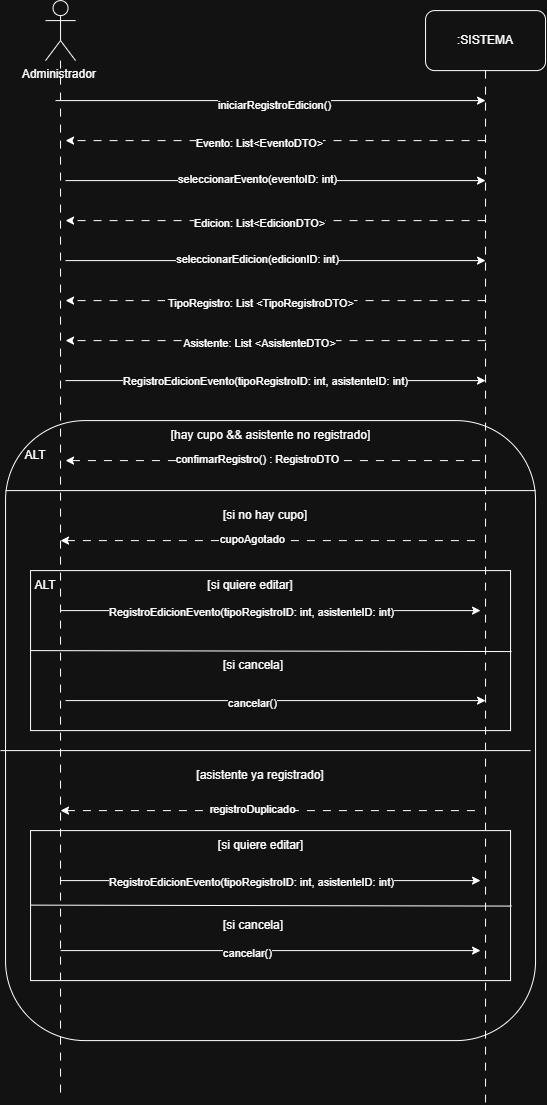
The draw.io diagram docs/dss/Diseño LAB1-Registro a Edición de Evento.drawio.png in Joaquin571/eventos-uy, before a commit. Source tidied: cells renumbered, new cells last; positions are measured from the earlier drawing's top-left corner, leaving out a move shared by most shapes.
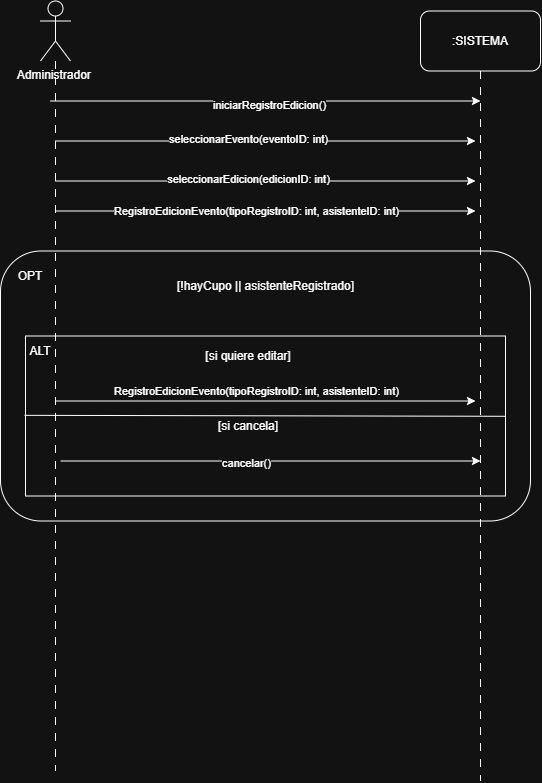
After the change.

Commit message:
Modificación de DSS, se quitan retornos del sistema

The edit, as a diff of the source:
```diff
@@ -3,7 +3,7 @@
     <mxCell id="0" />
     <mxCell id="1" parent="0" />
     <mxCell id="2" style="rounded=1;whiteSpace=wrap;html=1;" parent="1" vertex="1">
-      <mxGeometry x="5" y="420" width="530" height="620" as="geometry" />
+      <mxGeometry x="5" y="250" width="530" height="270" as="geometry" />
     </mxCell>
     <mxCell id="3" value="Administrador&amp;nbsp;&lt;div&gt;&lt;br&gt;&lt;/div&gt;" style="shape=umlActor;verticalLabelPosition=bottom;verticalAlign=top;html=1;outlineConnect=0;" parent="1" vertex="1">
       <mxGeometry x="45" width="30" height="60" as="geometry" />
@@ -20,55 +20,28 @@
     <mxCell id="6" value="iniciarRegistroEdicion()" style="edgeLabel;html=1;align=center;verticalAlign=middle;" parent="5" vertex="1">
       <mxGeometry x="0.02" y="-4" relative="1" as="geometry" />
     </mxCell>
-    <mxCell id="7" style="endArrow=classic;html=1;rounded=0;dashed=1;dashPattern=8 8;" parent="1" edge="1">
-      <mxGeometry relative="1" as="geometry">
-        <mxPoint x="485" y="140" as="sourcePoint" />
-        <mxPoint x="65" y="140" as="targetPoint" />
-      </mxGeometry>
-    </mxCell>
-    <mxCell id="8" value="Evento: List&amp;lt;EventoDTO&amp;gt;" style="edgeLabel;html=1;align=center;verticalAlign=middle;" parent="7" vertex="1">
-      <mxGeometry x="0.08" y="2" relative="1" as="geometry" />
-    </mxCell>
     <mxCell id="9" style="endArrow=classic;html=1;rounded=0;" parent="1" edge="1">
       <mxGeometry relative="1" as="geometry">
-        <mxPoint x="65" y="180" as="sourcePoint" />
-        <mxPoint x="485" y="180" as="targetPoint" />
+        <mxPoint x="60" y="140" as="sourcePoint" />
+        <mxPoint x="480" y="140" as="targetPoint" />
       </mxGeometry>
     </mxCell>
     <mxCell id="10" value="seleccionarEvento(eventoID: int)" style="edgeLabel;html=1;align=center;verticalAlign=middle;" parent="9" vertex="1">
       <mxGeometry x="-0.09" y="2" relative="1" as="geometry" />
     </mxCell>
-    <mxCell id="11" style="endArrow=classic;html=1;rounded=0;dashed=1;dashPattern=8 8;" parent="1" edge="1">
-      <mxGeometry relative="1" as="geometry">
-        <mxPoint x="485" y="220" as="sourcePoint" />
-        <mxPoint x="65" y="220" as="targetPoint" />
-      </mxGeometry>
-    </mxCell>
-    <mxCell id="12" value="Edicion: List&amp;lt;EdicionDTO&amp;gt;" style="edgeLabel;html=1;align=center;verticalAlign=middle;" parent="11" vertex="1">
-      <mxGeometry x="0.08" y="2" relative="1" as="geometry" />
-    </mxCell>
     <mxCell id="13" style="endArrow=classic;html=1;rounded=0;" parent="1" edge="1">
       <mxGeometry relative="1" as="geometry">
-        <mxPoint x="65" y="260" as="sourcePoint" />
-        <mxPoint x="485" y="260" as="targetPoint" />
+        <mxPoint x="60" y="180" as="sourcePoint" />
+        <mxPoint x="480" y="180" as="targetPoint" />
       </mxGeometry>
     </mxCell>
     <mxCell id="14" value="seleccionarEdicion(edicionID: int)" style="edgeLabel;html=1;align=center;verticalAlign=middle;" parent="13" vertex="1">
       <mxGeometry x="-0.09" y="2" relative="1" as="geometry" />
     </mxCell>
-    <mxCell id="15" style="endArrow=classic;html=1;rounded=0;dashed=1;dashPattern=8 8;" parent="1" edge="1">
-      <mxGeometry relative="1" as="geometry">
-        <mxPoint x="485" y="300" as="sourcePoint" />
-        <mxPoint x="65" y="300" as="targetPoint" />
-      </mxGeometry>
-    </mxCell>
-    <mxCell id="16" value="&amp;nbsp;TipoRegistro: List &amp;lt;TipoRegistroDTO&amp;gt;" style="edgeLabel;html=1;align=center;verticalAlign=middle;" parent="15" vertex="1">
-      <mxGeometry x="0.08" y="2" relative="1" as="geometry" />
-    </mxCell>
     <mxCell id="17" style="endArrow=classic;html=1;rounded=0;" parent="1" edge="1">
       <mxGeometry relative="1" as="geometry">
-        <mxPoint x="65" y="380" as="sourcePoint" />
-        <mxPoint x="485" y="380" as="targetPoint" />
+        <mxPoint x="60" y="210" as="sourcePoint" />
+        <mxPoint x="480" y="210" as="targetPoint" />
       </mxGeometry>
     </mxCell>
     <mxCell id="18" value="RegistroEdicionEvento(tipoRegistroID: int, asistenteID: int)" style="edgeLabel;html=1;align=center;verticalAlign=middle;" parent="17" vertex="1">
@@ -76,148 +49,59 @@
         <mxPoint x="8" y="2" as="offset" />
       </mxGeometry>
     </mxCell>
-    <mxCell id="19" style="endArrow=classic;html=1;rounded=0;dashed=1;dashPattern=8 8;" parent="1" edge="1">
-      <mxGeometry relative="1" as="geometry">
-        <mxPoint x="485" y="340" as="sourcePoint" />
-        <mxPoint x="65" y="340" as="targetPoint" />
-      </mxGeometry>
-    </mxCell>
-    <mxCell id="20" value="Asistente: List &amp;lt;AsistenteDTO&amp;gt;" style="edgeLabel;html=1;align=center;verticalAlign=middle;" parent="19" vertex="1">
-      <mxGeometry x="0.08" y="2" relative="1" as="geometry" />
-    </mxCell>
-    <mxCell id="21" value="ALT" style="text;html=1;whiteSpace=wrap;strokeColor=none;fillColor=none;align=center;verticalAlign=middle;rounded=0;" parent="1" vertex="1">
-      <mxGeometry x="5" y="440" width="60" height="30" as="geometry" />
+    <mxCell id="21" value="OPT" style="text;html=1;whiteSpace=wrap;strokeColor=none;fillColor=none;align=center;verticalAlign=middle;rounded=0;" parent="1" vertex="1">
+      <mxGeometry x="5" y="260" width="60" height="30" as="geometry" />
     </mxCell>
-    <mxCell id="22" value="[hay cupo &amp;amp;&amp;amp; asistente no registrado]" style="text;html=1;whiteSpace=wrap;strokeColor=none;fillColor=none;align=center;verticalAlign=middle;rounded=0;" parent="1" vertex="1">
-      <mxGeometry x="162.5" y="420" width="215" height="30" as="geometry" />
-    </mxCell>
-    <mxCell id="23" value="[si no hay cupo]" style="text;html=1;whiteSpace=wrap;strokeColor=none;fillColor=none;align=center;verticalAlign=middle;rounded=0;" parent="1" vertex="1">
-      <mxGeometry x="215" y="500" width="100" height="30" as="geometry" />
+    <mxCell id="23" value="[!hayCupo || asistenteRegistrado]" style="text;html=1;whiteSpace=wrap;strokeColor=none;fillColor=none;align=center;verticalAlign=middle;rounded=0;" parent="1" vertex="1">
+      <mxGeometry x="147.5" y="270" width="245" height="30" as="geometry" />
     </mxCell>
-    <mxCell id="24" style="endArrow=none;html=1;rounded=0;startArrow=classic;startFill=1;endFill=0;dashed=1;dashPattern=8 8;" parent="1" edge="1">
-      <mxGeometry relative="1" as="geometry">
-        <mxPoint x="60" y="540" as="sourcePoint" />
-        <mxPoint x="480" y="540" as="targetPoint" />
-      </mxGeometry>
-    </mxCell>
-    <mxCell id="25" value="cupoAgotado" style="edgeLabel;html=1;align=center;verticalAlign=middle;" parent="24" vertex="1">
-      <mxGeometry x="-0.09" y="2" relative="1" as="geometry" />
-    </mxCell>
-    <mxCell id="26" style="endArrow=none;html=1;rounded=0;startArrow=classic;startFill=1;endFill=0;dashed=1;dashPattern=8 8;" parent="1" edge="1">
-      <mxGeometry relative="1" as="geometry">
-        <mxPoint x="65" y="460" as="sourcePoint" />
-        <mxPoint x="485" y="460" as="targetPoint" />
-      </mxGeometry>
-    </mxCell>
-    <mxCell id="27" value="confimarRegistro() : RegistroDTO" style="edgeLabel;html=1;align=center;verticalAlign=middle;" parent="26" vertex="1">
-      <mxGeometry x="-0.09" y="2" relative="1" as="geometry" />
-    </mxCell>
-    <mxCell id="28" value="[asistente ya registrado]" style="text;html=1;whiteSpace=wrap;strokeColor=none;fillColor=none;align=center;verticalAlign=middle;rounded=0;" parent="1" vertex="1">
-      <mxGeometry x="195" y="760" width="130" height="30" as="geometry" />
-    </mxCell>
-    <mxCell id="29" style="endArrow=none;html=1;rounded=0;startArrow=classic;startFill=1;endFill=0;dashed=1;dashPattern=8 8;" parent="1" edge="1">
-      <mxGeometry relative="1" as="geometry">
-        <mxPoint x="60" y="810" as="sourcePoint" />
-        <mxPoint x="480" y="810" as="targetPoint" />
-      </mxGeometry>
-    </mxCell>
-    <mxCell id="30" value="registroDuplicado" style="edgeLabel;html=1;align=center;verticalAlign=middle;" parent="29" vertex="1">
-      <mxGeometry x="-0.09" y="2" relative="1" as="geometry" />
-    </mxCell>
-    <mxCell id="31" style="endArrow=none;html=1;rounded=0;exitX=0;exitY=0.25;exitDx=0;exitDy=0;entryX=1;entryY=0.25;entryDx=0;entryDy=0;" parent="1" edge="1">
-      <mxGeometry relative="1" as="geometry">
-        <mxPoint x="5" y="490" as="sourcePoint" />
-        <mxPoint x="535" y="490" as="targetPoint" />
-      </mxGeometry>
-    </mxCell>
-    <mxCell id="32" style="endArrow=none;html=1;rounded=0;exitX=0;exitY=0.25;exitDx=0;exitDy=0;entryX=1;entryY=0.25;entryDx=0;entryDy=0;endSize=6;startSize=6;" parent="1" edge="1">
-      <mxGeometry relative="1" as="geometry">
-        <mxPoint y="750" as="sourcePoint" />
-        <mxPoint x="530" y="750" as="targetPoint" />
-      </mxGeometry>
-    </mxCell>
     <mxCell id="33" style="rounded=0;whiteSpace=wrap;html=1;" parent="1" vertex="1">
-      <mxGeometry x="30" y="570" width="480" height="160" as="geometry" />
+      <mxGeometry x="30" y="335" width="480" height="160" as="geometry" />
     </mxCell>
     <mxCell id="34" value="ALT" style="text;html=1;whiteSpace=wrap;strokeColor=none;fillColor=none;align=center;verticalAlign=middle;rounded=0;" parent="1" vertex="1">
-      <mxGeometry x="15" y="570" width="60" height="30" as="geometry" />
+      <mxGeometry x="15" y="335" width="60" height="30" as="geometry" />
     </mxCell>
     <mxCell id="35" value="[si quiere editar]" style="text;html=1;whiteSpace=wrap;strokeColor=none;fillColor=none;align=center;verticalAlign=middle;rounded=0;" parent="1" vertex="1">
-      <mxGeometry x="200" y="570" width="100" height="30" as="geometry" />
+      <mxGeometry x="202.5" y="340" width="100" height="30" as="geometry" />
     </mxCell>
     <mxCell id="36" value="[si cancela]" style="text;html=1;whiteSpace=wrap;strokeColor=none;fillColor=none;align=center;verticalAlign=middle;rounded=0;" parent="1" vertex="1">
-      <mxGeometry x="202.5" y="650" width="100" height="30" as="geometry" />
+      <mxGeometry x="202.5" y="410" width="100" height="30" as="geometry" />
     </mxCell>
-    <mxCell id="37" style="rounded=0;whiteSpace=wrap;html=1;" parent="1" vertex="1">
-      <mxGeometry x="30" y="830" width="480" height="150" as="geometry" />
-    </mxCell>
     <mxCell id="38" style="edgeStyle=orthogonalEdgeStyle;rounded=0;jettySize=auto;html=1;endArrow=none;endFill=0;dashed=1;dashPattern=8 8;" parent="1" edge="1" source="3">
       <mxGeometry relative="1" as="geometry">
-        <mxPoint x="60" y="1100" as="targetPoint" />
+        <mxPoint x="60" y="770" as="targetPoint" />
       </mxGeometry>
     </mxCell>
     <mxCell id="39" style="edgeStyle=orthogonalEdgeStyle;rounded=0;jettySize=auto;html=1;endArrow=none;endFill=0;dashed=1;dashPattern=8 8;" parent="1" edge="1" source="4">
       <mxGeometry relative="1" as="geometry">
-        <mxPoint x="485" y="1101.9" as="targetPoint" />
+        <mxPoint x="485" y="780" as="targetPoint" />
       </mxGeometry>
     </mxCell>
-    <mxCell id="40" value="[si quiere editar]" style="text;html=1;whiteSpace=wrap;strokeColor=none;fillColor=none;align=center;verticalAlign=middle;rounded=0;" parent="1" vertex="1">
-      <mxGeometry x="202.5" y="830" width="115" height="30" as="geometry" />
-    </mxCell>
-    <mxCell id="41" value="[si cancela]" style="text;html=1;whiteSpace=wrap;strokeColor=none;fillColor=none;align=center;verticalAlign=middle;rounded=0;" parent="1" vertex="1">
-      <mxGeometry x="202.5" y="910" width="100" height="30" as="geometry" />
-    </mxCell>
     <mxCell id="42" style="endArrow=classic;html=1;rounded=0;" parent="1" edge="1">
       <mxGeometry relative="1" as="geometry">
-        <mxPoint x="60" y="610" as="sourcePoint" />
-        <mxPoint x="480" y="610" as="targetPoint" />
+        <mxPoint x="60" y="400" as="sourcePoint" />
+        <mxPoint x="480" y="400" as="targetPoint" />
       </mxGeometry>
     </mxCell>
     <mxCell id="43" value="RegistroEdicionEvento(tipoRegistroID: int, asistenteID: int)" style="edgeLabel;html=1;align=center;verticalAlign=middle;" parent="42" vertex="1">
       <mxGeometry x="-0.04" y="-5" relative="1" as="geometry">
-        <mxPoint x="-11" y="-4" as="offset" />
+        <mxPoint x="-1" y="-15" as="offset" />
       </mxGeometry>
     </mxCell>
     <mxCell id="44" style="endArrow=none;html=1;rounded=0;entryX=1.001;entryY=0.353;entryDx=0;entryDy=0;entryPerimeter=0;exitX=-0.001;exitY=0.347;exitDx=0;exitDy=0;exitPerimeter=0;" parent="1" edge="1">
       <mxGeometry relative="1" as="geometry">
-        <mxPoint x="30" y="650" as="sourcePoint" />
-        <mxPoint x="511" y="651" as="targetPoint" />
+        <mxPoint x="29" y="414.3" as="sourcePoint" />
+        <mxPoint x="510" y="415.3" as="targetPoint" />
       </mxGeometry>
     </mxCell>
     <mxCell id="45" style="endArrow=classic;html=1;rounded=0;" parent="1" edge="1">
       <mxGeometry relative="1" as="geometry">
-        <mxPoint x="65" y="700" as="sourcePoint" />
-        <mxPoint x="485" y="700" as="targetPoint" />
+        <mxPoint x="65" y="460" as="sourcePoint" />
+        <mxPoint x="485" y="460" as="targetPoint" />
       </mxGeometry>
     </mxCell>
     <mxCell id="46" value="cancelar()" style="edgeLabel;html=1;align=center;verticalAlign=middle;" parent="45" vertex="1">
       <mxGeometry x="-0.12" y="-2" relative="1" as="geometry" />
     </mxCell>
-    <mxCell id="47" style="endArrow=classic;html=1;rounded=0;" parent="1" edge="1">
-      <mxGeometry relative="1" as="geometry">
-        <mxPoint x="60" y="880" as="sourcePoint" />
-        <mxPoint x="480" y="880" as="targetPoint" />
-      </mxGeometry>
-    </mxCell>
-    <mxCell id="48" value="RegistroEdicionEvento(tipoRegistroID: int, asistenteID: int)" style="edgeLabel;html=1;align=center;verticalAlign=middle;" parent="47" vertex="1">
-      <mxGeometry x="-0.04" y="-5" relative="1" as="geometry">
-        <mxPoint x="-11" y="-4" as="offset" />
-      </mxGeometry>
-    </mxCell>
-    <mxCell id="49" style="endArrow=classic;html=1;rounded=0;" parent="1" edge="1">
-      <mxGeometry relative="1" as="geometry">
-        <mxPoint x="60" y="950" as="sourcePoint" />
-        <mxPoint x="480" y="950" as="targetPoint" />
-      </mxGeometry>
-    </mxCell>
-    <mxCell id="50" value="cancelar()" style="edgeLabel;html=1;align=center;verticalAlign=middle;" parent="49" vertex="1">
-      <mxGeometry x="-0.12" y="-2" relative="1" as="geometry" />
-    </mxCell>
-    <mxCell id="51" style="endArrow=none;html=1;rounded=0;entryX=1.001;entryY=0.353;entryDx=0;entryDy=0;entryPerimeter=0;exitX=-0.001;exitY=0.347;exitDx=0;exitDy=0;exitPerimeter=0;" parent="1" edge="1">
-      <mxGeometry relative="1" as="geometry">
-        <mxPoint x="30" y="904.5" as="sourcePoint" />
-        <mxPoint x="511" y="905.5" as="targetPoint" />
-      </mxGeometry>
-    </mxCell>
   </root>
 </mxGraphModel>
```
